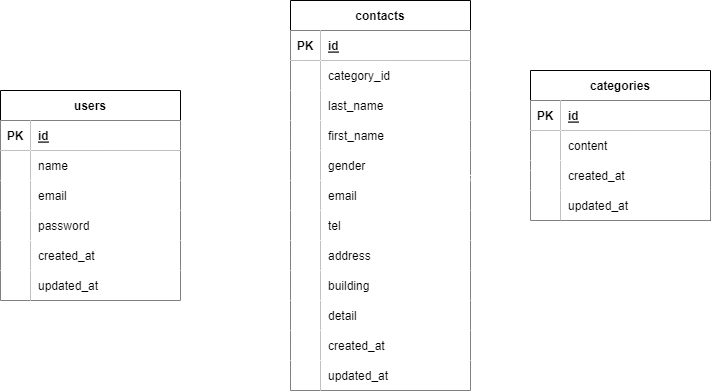
Earlier version of the draw.io export test.drawio.png (hashi6013/advance-test-2024). Source tidied: cells renumbered, new cells last; positions are measured from the earlier drawing's top-left corner, leaving out a move shared by most shapes.
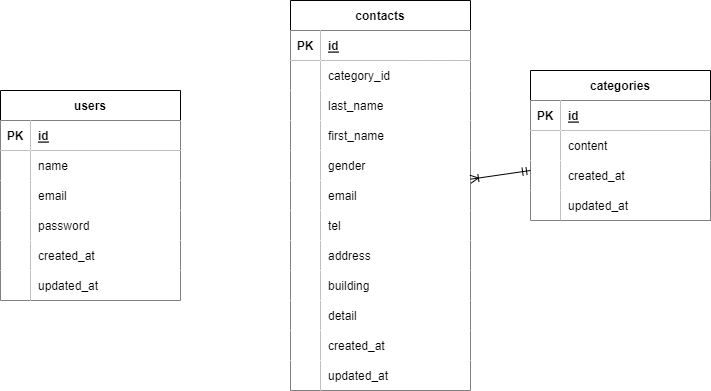
Later version of the same file.

What changed in the source:
```diff
@@ -209,7 +209,7 @@
     <mxCell id="70" value="updated_at" style="shape=partialRectangle;fillColor=#FFFFFF;top=0;left=0;bottom=0;right=0;align=left;spacingLeft=6;overflow=hidden;strokeColor=#000000;" parent="68" vertex="1">
       <mxGeometry x="30" width="150" height="30" as="geometry" />
     </mxCell>
-    <mxCell id="71" style="fontSize=12;html=1;endArrow=ERoneToMany;startArrow=ERmandOne;entryX=1;entryY=-0.044;entryDx=0;entryDy=0;entryPerimeter=0;fillColor=#FFFFFF;strokeColor=#FFFFFF;" parent="1" edge="1" target="37">
+    <mxCell id="71" style="fontSize=12;html=1;endArrow=ERoneToMany;startArrow=ERmandOne;entryX=1;entryY=-0.044;entryDx=0;entryDy=0;entryPerimeter=0;fillColor=#FFFFFF;strokeColor=#000000;" parent="1" edge="1" target="37">
       <mxGeometry relative="1" as="geometry">
         <mxPoint x="530" y="170" as="sourcePoint" />
       </mxGeometry>
```
